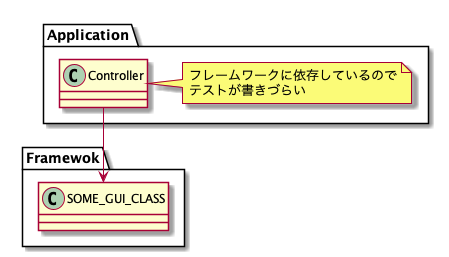
yewton/kanpro keeps this PlantUML diagram as src/assets/not_humble.png. Above is the earlier version. Its diagram source:
```plantuml
@startuml

package Framewok {
    class SOME_GUI_CLASS
}

package Application {
    class Controller
    note right: フレームワークに依存しているので\nテストが書きづらい
}

Controller --> SOME_GUI_CLASS


@enduml
```
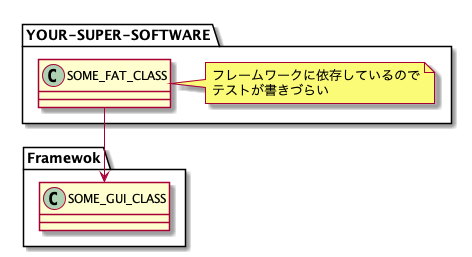
Above is the later version.

Change to the diagram source:
```diff
@@ -4,12 +4,12 @@
     class SOME_GUI_CLASS
 }
 
-package Application {
-    class Controller
+package YOUR-SUPER-SOFTWARE {
+    class SOME_FAT_CLASS
     note right: フレームワークに依存しているので\nテストが書きづらい
 }
 
-Controller --> SOME_GUI_CLASS
+SOME_FAT_CLASS --> SOME_GUI_CLASS
 
 
 @enduml
```
